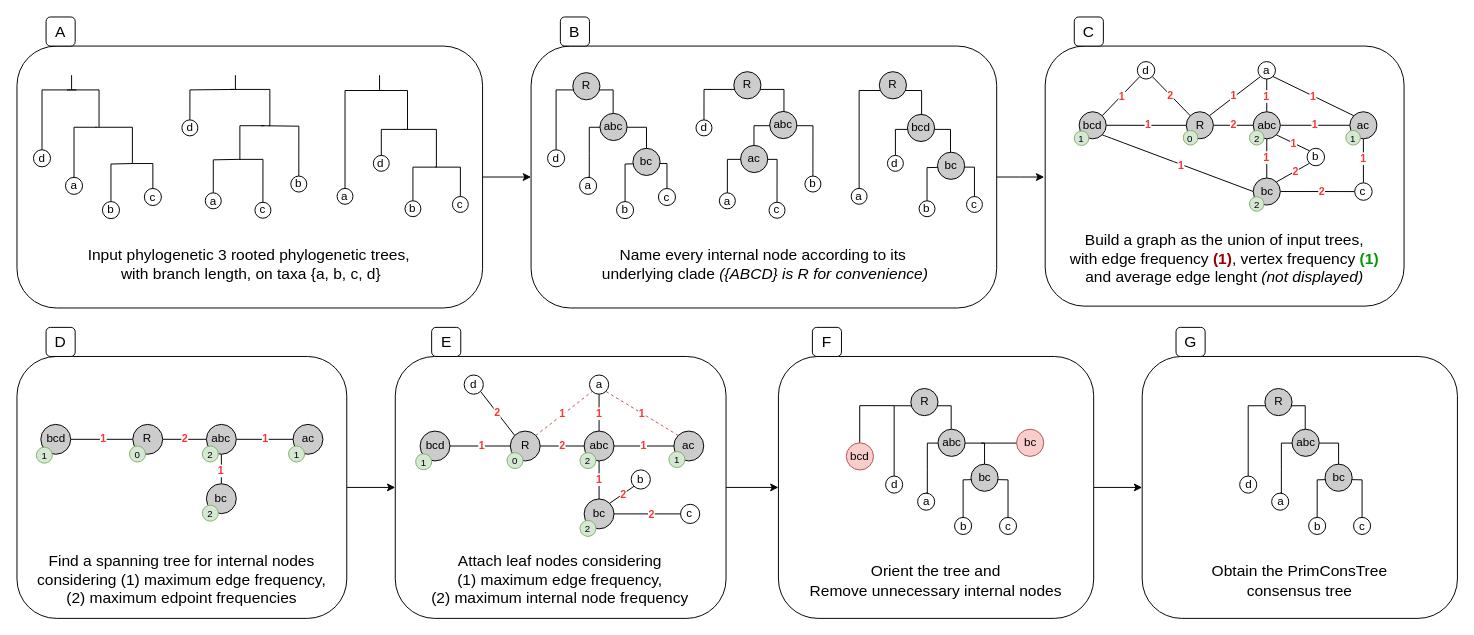
Earlier version of the draw.io diagram page "Page-2" (2 of 2) of img/Fig_Illustration.drawio (tahiri-lab/PrismTree). Source tidied: cells renumbered, new cells numbered last; positions are measured from the earlier drawing's top-left corner, leaving out a move shared by most shapes. Both pictures are drawn from the tidied source at 97%, with x=0, y=0 at pixel (16, 16).
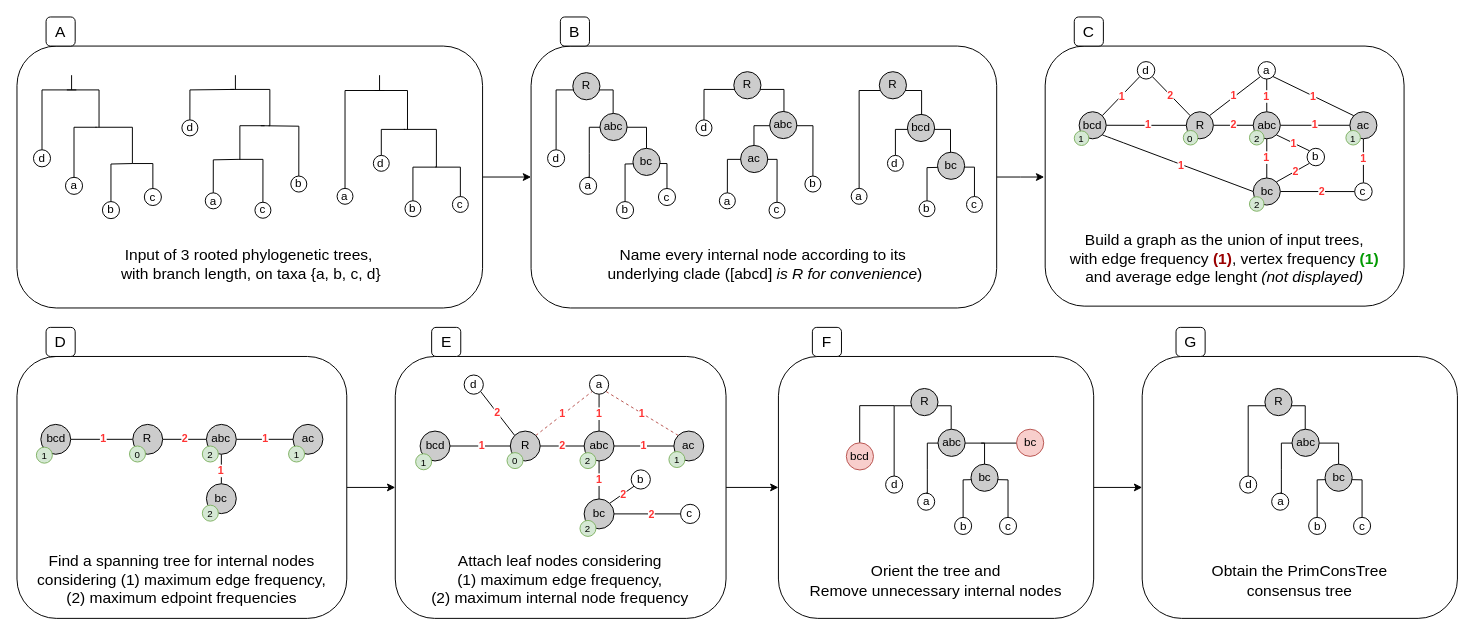
After the change.

Commit message:
Mettre à jour Fig_Illustration.drawio

Diff of the diagram source:
```diff
@@
-    <mxCell id="40" value="&lt;div style=&quot;font-size: 16px;&quot;&gt;&lt;font style=&quot;font-size: 16px;&quot;&gt;Input phylogenetic 3 rooted phylogenetic trees,&amp;nbsp;&lt;/font&gt;&lt;/div&gt;&lt;div style=&quot;font-size: 16px;&quot;&gt;&lt;font style=&quot;font-size: 16px;&quot;&gt;with branch length, on taxa {a, b, c, d}&lt;/font&gt;&lt;br&gt;&lt;/div&gt;" style="text;html=1;align=center;verticalAlign=middle;whiteSpace=wrap;rounded=0;" parent="1" vertex="1">
+    <mxCell id="40" value="&lt;div style=&quot;font-size: 16px;&quot;&gt;&lt;font style=&quot;font-size: 16px;&quot;&gt;Input of 3 rooted phylogenetic trees,&amp;nbsp;&lt;/font&gt;&lt;/div&gt;&lt;div style=&quot;font-size: 16px;&quot;&gt;&lt;font style=&quot;font-size: 16px;&quot;&gt;with branch length, on taxa {a, b, c, d}&lt;/font&gt;&lt;br&gt;&lt;/div&gt;" style="text;html=1;align=center;verticalAlign=middle;whiteSpace=wrap;rounded=0;" parent="1" vertex="1">
       <mxGeometry y="210.5" width="482.6" height="89.5" as="geometry" />
     </mxCell>
@@
-    <mxCell id="79" value="&lt;div style=&quot;font-size: 16px;&quot;&gt;&lt;font style=&quot;font-size: 16px;&quot;&gt;Name every internal node according to its&amp;nbsp;&lt;/font&gt;&lt;/div&gt;&lt;div style=&quot;font-size: 16px;&quot;&gt;&lt;font style=&quot;font-size: 16px;&quot;&gt;underlying clade &lt;i&gt;(&lt;/i&gt;&lt;/font&gt;&lt;i&gt;&lt;font style=&quot;font-size: 16px;&quot;&gt;{ABCD}&lt;/font&gt;&lt;font style=&quot;font-size: 16px;&quot;&gt; is R for convenience)&lt;/font&gt;&lt;/i&gt;&lt;br&gt;&lt;/div&gt;" style="text;html=1;align=center;verticalAlign=middle;whiteSpace=wrap;rounded=0;" parent="1" vertex="1">
+    <mxCell id="79" value="&lt;div style=&quot;font-size: 16px;&quot;&gt;&lt;font style=&quot;font-size: 16px;&quot;&gt;Name every internal node according to its&amp;nbsp;&lt;/font&gt;&lt;/div&gt;&lt;div style=&quot;font-size: 16px;&quot;&gt;&lt;font style=&quot;font-size: 16px;&quot;&gt;underlying clade (&lt;/font&gt;[&lt;font style=&quot;font-size: 16px;&quot;&gt;abcd&lt;/font&gt;&lt;font style=&quot;font-size: 16px;&quot;&gt;]&lt;/font&gt;&lt;i&gt;&lt;font style=&quot;font-size: 16px;&quot;&gt; is R for convenience&lt;/font&gt;&lt;/i&gt;&lt;font style=&quot;font-size: 16px;&quot;&gt;)&lt;/font&gt;&lt;br&gt;&lt;/div&gt;" style="text;html=1;align=center;verticalAlign=middle;whiteSpace=wrap;rounded=0;" parent="1" vertex="1">
       <mxGeometry x="530" y="210.5" width="482.6" height="89.5" as="geometry" />
     </mxCell>
```
